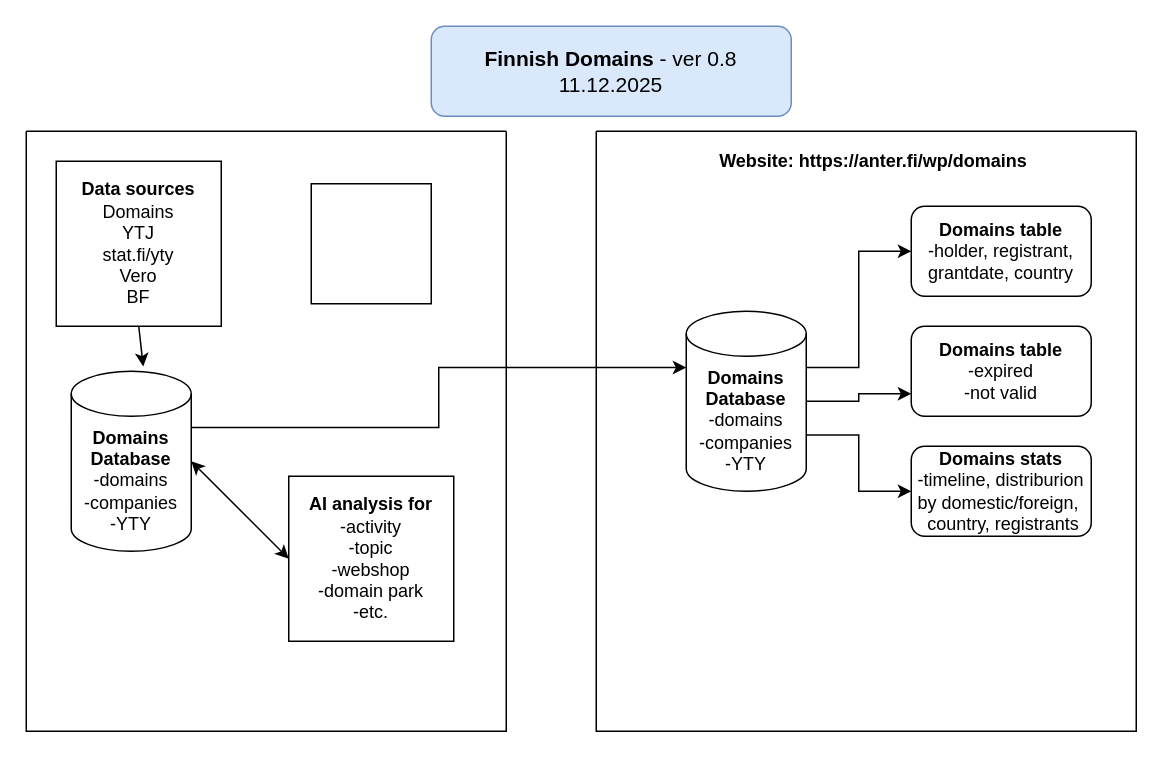
This is domains_01.drawio from rsetala/genAI_october, a draw.io file, before an edit. Source tidied: cells renumbered, new cells numbered last; positions are measured from the earlier drawing's top-left corner, leaving out a move shared by most shapes. Both pictures are drawn from the tidied source at 150%, with x=0, y=0 at pixel (26, 26).
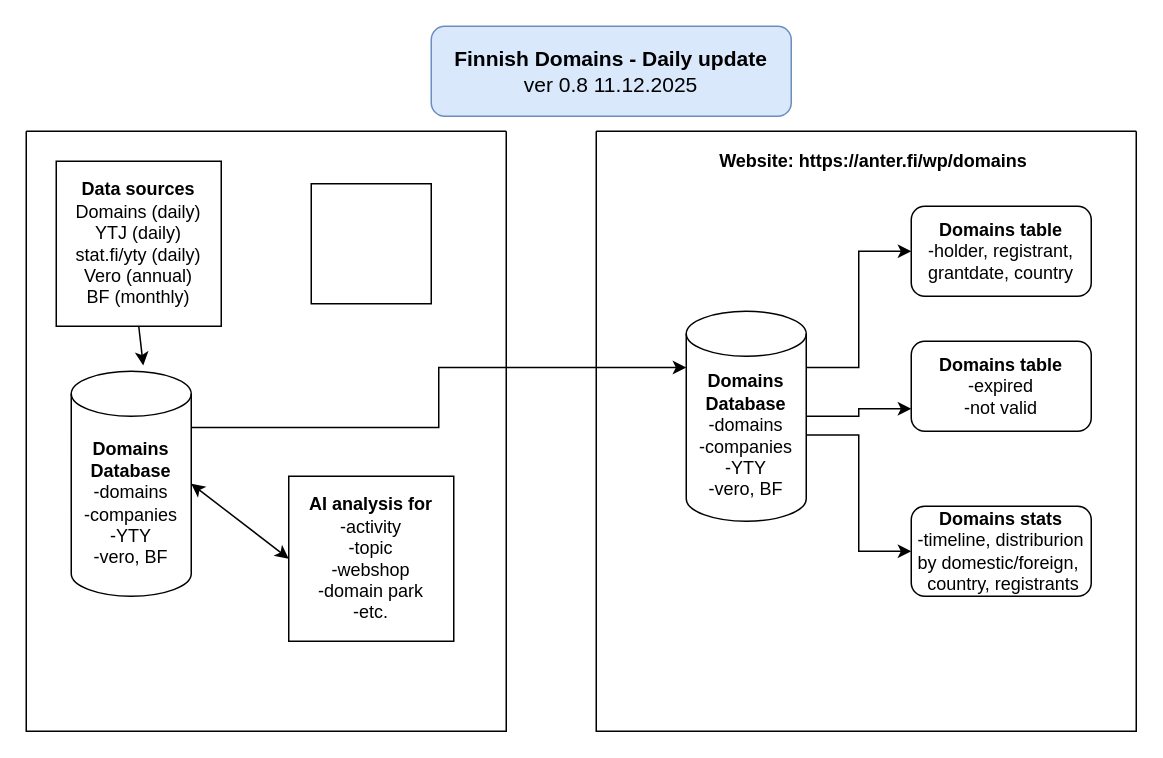
After the change.

Change to the diagram source:
```diff
@@
 <mxGraphModel>
   <root>
     <mxCell id="0" />
     <mxCell id="1" parent="0" />
-    <mxCell id="2" value="&lt;div&gt;&lt;b&gt;Data sources&lt;/b&gt;&lt;/div&gt;&lt;div&gt;Domains&lt;/div&gt;&lt;div&gt;YTJ&lt;/div&gt;&lt;div&gt;stat.fi/yty&lt;/div&gt;&lt;div&gt;Vero&lt;/div&gt;&lt;div&gt;BF&lt;/div&gt;" style="whiteSpace=wrap;html=1;" parent="1" vertex="1">
+    <mxCell id="2" value="&lt;div&gt;&lt;b&gt;Data sources&lt;/b&gt;&lt;/div&gt;&lt;div&gt;Domains (daily)&lt;/div&gt;&lt;div&gt;YTJ (daily)&lt;/div&gt;&lt;div&gt;stat.fi/yty (daily)&lt;/div&gt;&lt;div&gt;Vero (annual)&lt;/div&gt;&lt;div&gt;BF (monthly)&lt;/div&gt;" style="whiteSpace=wrap;html=1;" parent="1" vertex="1">
       <mxGeometry x="20" y="90" width="110" height="110" as="geometry" />
     </mxCell>
     <mxCell id="3" style="whiteSpace=wrap;html=1;" parent="1" vertex="1">
       <mxGeometry x="190" y="105" width="80" height="80" as="geometry" />
     </mxCell>
-    <mxCell id="4" value="&lt;div&gt;&lt;font style=&quot;font-size: 14px;&quot;&gt;&lt;b&gt;Finnish Domains&lt;/b&gt; - ver 0.8&lt;/font&gt;&lt;/div&gt;&lt;div&gt;&lt;font style=&quot;font-size: 14px;&quot;&gt;11.12.2025&lt;/font&gt;&lt;/div&gt;" style="rounded=1;whiteSpace=wrap;html=1;fillColor=#dae8fc;strokeColor=#6c8ebf;" parent="1" vertex="1">
+    <mxCell id="4" value="&lt;div&gt;&lt;font style=&quot;font-size: 14px;&quot;&gt;&lt;b&gt;Finnish Domains -&amp;nbsp;Daily update&lt;/b&gt;&lt;/font&gt;&lt;/div&gt;&lt;div&gt;&lt;font style=&quot;font-size: 14px;&quot;&gt;ver 0.8&amp;nbsp;11.12.2025&lt;/font&gt;&lt;/div&gt;" style="rounded=1;whiteSpace=wrap;html=1;fillColor=#dae8fc;strokeColor=#6c8ebf;" parent="1" vertex="1">
       <mxGeometry x="270" width="240" height="60" as="geometry" />
     </mxCell>
     <mxCell id="5" style="endArrow=classic;html=1;rounded=0;entryX=0.6;entryY=-0.026;entryDx=0;entryDy=0;entryPerimeter=0;exitX=0.5;exitY=1;exitDx=0;exitDy=0;" parent="1" edge="1" source="2" target="8">
       <mxGeometry relative="1" as="geometry" />
     </mxCell>
     <mxCell id="6" style="swimlane;startSize=0;" parent="1" vertex="1">
       <mxGeometry y="70" width="320" height="400" as="geometry" />
     </mxCell>
     <mxCell id="7" value="&lt;div&gt;&lt;b&gt;AI analysis for&lt;/b&gt;&lt;/div&gt;&lt;div&gt;-activity&lt;/div&gt;&lt;div&gt;-topic&lt;/div&gt;&lt;div&gt;-webshop&lt;/div&gt;&lt;div&gt;-domain park&lt;/div&gt;&lt;div&gt;-etc.&lt;/div&gt;" style="whiteSpace=wrap;html=1;" parent="6" vertex="1">
       <mxGeometry x="175" y="230" width="110" height="110" as="geometry" />
     </mxCell>
-    <mxCell id="8" value="&lt;div&gt;&lt;b&gt;Domains Database&lt;/b&gt;&lt;/div&gt;&lt;div&gt;-domains&lt;/div&gt;&lt;div&gt;-companies&lt;/div&gt;&lt;div&gt;-YTY&lt;/div&gt;" style="shape=cylinder3;whiteSpace=wrap;html=1;boundedLbl=1;backgroundOutline=1;size=15;" parent="6" vertex="1">
-      <mxGeometry x="30" y="160" width="80" height="120" as="geometry" />
+    <mxCell id="8" value="&lt;div&gt;&lt;b&gt;Domains Database&lt;/b&gt;&lt;/div&gt;&lt;div&gt;-domains&lt;/div&gt;&lt;div&gt;-companies&lt;/div&gt;&lt;div&gt;-YTY&lt;/div&gt;&lt;div&gt;-vero, BF&lt;/div&gt;" style="shape=cylinder3;whiteSpace=wrap;html=1;boundedLbl=1;backgroundOutline=1;size=15;" parent="6" vertex="1">
+      <mxGeometry x="30" y="160" width="80" height="150" as="geometry" />
     </mxCell>
     <mxCell id="9" style="endArrow=classic;startArrow=classic;html=1;rounded=0;entryX=0;entryY=0.5;entryDx=0;entryDy=0;exitX=1;exitY=0.5;exitDx=0;exitDy=0;exitPerimeter=0;" parent="6" edge="1" source="8" target="7">
       <mxGeometry relative="1" as="geometry" />
     </mxCell>
     <mxCell id="10" style="swimlane;startSize=0;" parent="1" vertex="1">
       <mxGeometry x="380" y="70" width="360" height="400" as="geometry" />
     </mxCell>
     <mxCell id="11" value="&lt;div&gt;&lt;b&gt;Domains table&lt;/b&gt;&lt;/div&gt;&lt;div&gt;-holder, registrant, grantdate, country&lt;/div&gt;" style="rounded=1;whiteSpace=wrap;html=1;" parent="10" vertex="1">
       <mxGeometry x="210" y="50" width="120" height="60" as="geometry" />
     </mxCell>
     <mxCell id="12" value="&lt;b&gt;Website: https://anter.fi/wp/domains&lt;/b&gt;" style="text;html=1;whiteSpace=wrap;strokeColor=none;fillColor=none;align=center;verticalAlign=middle;rounded=0;" parent="10" vertex="1">
       <mxGeometry x="70" y="5" width="230" height="30" as="geometry" />
     </mxCell>
     <mxCell id="13" value="&lt;div&gt;&lt;b&gt;Domains table&lt;/b&gt;&lt;/div&gt;&lt;div&gt;-expired&lt;/div&gt;&lt;div&gt;-not valid&lt;/div&gt;" style="rounded=1;whiteSpace=wrap;html=1;" parent="10" vertex="1">
-      <mxGeometry x="210" y="130" width="120" height="60" as="geometry" />
+      <mxGeometry x="210" y="140" width="120" height="60" as="geometry" />
     </mxCell>
     <mxCell id="14" value="&lt;div&gt;&lt;b&gt;Domains stats&lt;/b&gt;&lt;/div&gt;&lt;div&gt;-timeline, distriburion by domestic/foreign,&amp;nbsp;&lt;/div&gt;&lt;div&gt;&amp;nbsp;country, registrants&lt;/div&gt;" style="rounded=1;whiteSpace=wrap;html=1;" parent="10" vertex="1">
-      <mxGeometry x="210" y="210" width="120" height="60" as="geometry" />
+      <mxGeometry x="210" y="250" width="120" height="60" as="geometry" />
     </mxCell>
     <mxCell id="15" style="edgeStyle=orthogonalEdgeStyle;rounded=0;jettySize=auto;html=1;exitX=1;exitY=0;exitDx=0;exitDy=37.5;exitPerimeter=0;entryX=0;entryY=0.5;entryDx=0;entryDy=0;" parent="10" edge="1" source="18" target="11">
       <mxGeometry relative="1" as="geometry" />
     </mxCell>
     <mxCell id="16" style="edgeStyle=orthogonalEdgeStyle;rounded=0;jettySize=auto;html=1;exitX=1;exitY=0;exitDx=0;exitDy=82.5;exitPerimeter=0;entryX=0;entryY=0.5;entryDx=0;entryDy=0;" parent="10" edge="1" source="18" target="14">
       <mxGeometry relative="1" as="geometry" />
     </mxCell>
     <mxCell id="17" style="edgeStyle=orthogonalEdgeStyle;rounded=0;jettySize=auto;html=1;exitX=1;exitY=0.5;exitDx=0;exitDy=0;exitPerimeter=0;entryX=0;entryY=0.75;entryDx=0;entryDy=0;" parent="10" edge="1" source="18" target="13">
       <mxGeometry relative="1" as="geometry" />
     </mxCell>
-    <mxCell id="18" value="&lt;div&gt;&lt;b&gt;Domains Database&lt;/b&gt;&lt;/div&gt;&lt;div&gt;-domains&lt;/div&gt;&lt;div&gt;-companies&lt;/div&gt;&lt;div&gt;-YTY&lt;/div&gt;" style="shape=cylinder3;whiteSpace=wrap;html=1;boundedLbl=1;backgroundOutline=1;size=15;" parent="10" vertex="1">
-      <mxGeometry x="60" y="120" width="80" height="120" as="geometry" />
+    <mxCell id="18" value="&lt;div&gt;&lt;b&gt;Domains Database&lt;/b&gt;&lt;/div&gt;&lt;div&gt;-domains&lt;/div&gt;&lt;div&gt;-companies&lt;/div&gt;&lt;div&gt;-YTY&lt;/div&gt;&lt;div&gt;-vero, BF&lt;/div&gt;" style="shape=cylinder3;whiteSpace=wrap;html=1;boundedLbl=1;backgroundOutline=1;size=15;" parent="10" vertex="1">
+      <mxGeometry x="60" y="120" width="80" height="140" as="geometry" />
     </mxCell>
     <mxCell id="19" style="edgeStyle=orthogonalEdgeStyle;rounded=0;jettySize=auto;html=1;exitX=1;exitY=0;exitDx=0;exitDy=37.5;exitPerimeter=0;entryX=0;entryY=0;entryDx=0;entryDy=37.5;entryPerimeter=0;" parent="1" edge="1" source="8" target="18">
       <mxGeometry relative="1" as="geometry" />
     </mxCell>
   </root>
 </mxGraphModel>
```
